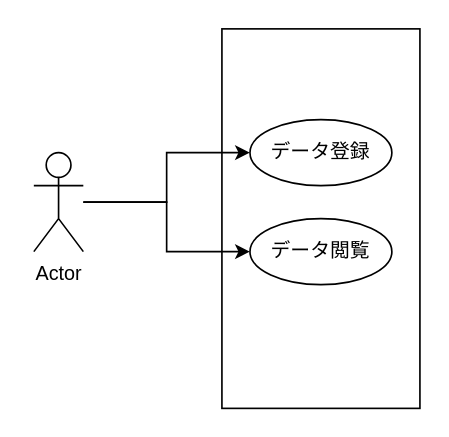
Before: Untitled Diagram.drawio in taiga32/test_javaWebApp, a draw.io diagram. Source tidied: cells renumbered, new cells numbered last; positions are measured from the earlier drawing's top-left corner, leaving out a move shared by most shapes. Both pictures are drawn from the tidied source at 165%, with x=0, y=0 at pixel (33, 28).
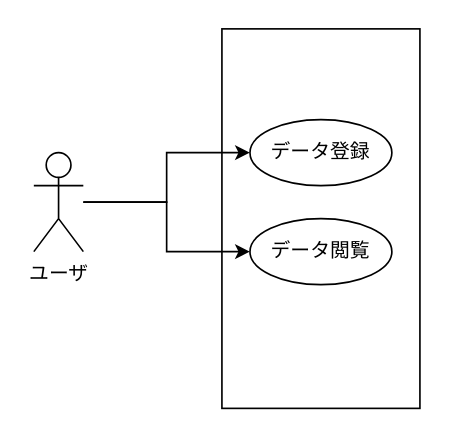
Above is the later version.

What changed in the source:
```diff
@@
 <mxGraphModel>
   <root>
     <mxCell id="0" />
     <mxCell id="1" parent="0" />
     <mxCell id="2" style="rounded=0;whiteSpace=wrap;html=1;" parent="1" vertex="1">
       <mxGeometry x="114" width="120" height="230" as="geometry" />
     </mxCell>
     <mxCell id="3" style="edgeStyle=orthogonalEdgeStyle;rounded=0;jettySize=auto;html=1;" parent="1" edge="1" source="5" target="6">
       <mxGeometry relative="1" as="geometry" />
     </mxCell>
     <mxCell id="4" style="edgeStyle=orthogonalEdgeStyle;rounded=0;jettySize=auto;html=1;entryX=0;entryY=0.5;entryDx=0;entryDy=0;" parent="1" edge="1" source="5" target="7">
       <mxGeometry relative="1" as="geometry" />
     </mxCell>
-    <mxCell id="5" value="Actor" style="shape=umlActor;verticalLabelPosition=bottom;verticalAlign=top;html=1;outlineConnect=0;" parent="1" vertex="1">
+    <mxCell id="5" value="ユーザ" style="shape=umlActor;verticalLabelPosition=bottom;verticalAlign=top;html=1;outlineConnect=0;" parent="1" vertex="1">
       <mxGeometry y="75" width="30" height="60" as="geometry" />
     </mxCell>
     <mxCell id="6" value="データ登録" style="ellipse;whiteSpace=wrap;html=1;" parent="1" vertex="1">
       <mxGeometry x="131" y="55" width="86" height="40" as="geometry" />
     </mxCell>
     <mxCell id="7" value="データ閲覧" style="ellipse;whiteSpace=wrap;html=1;" parent="1" vertex="1">
       <mxGeometry x="131" y="115" width="86" height="40" as="geometry" />
     </mxCell>
   </root>
 </mxGraphModel>
```
